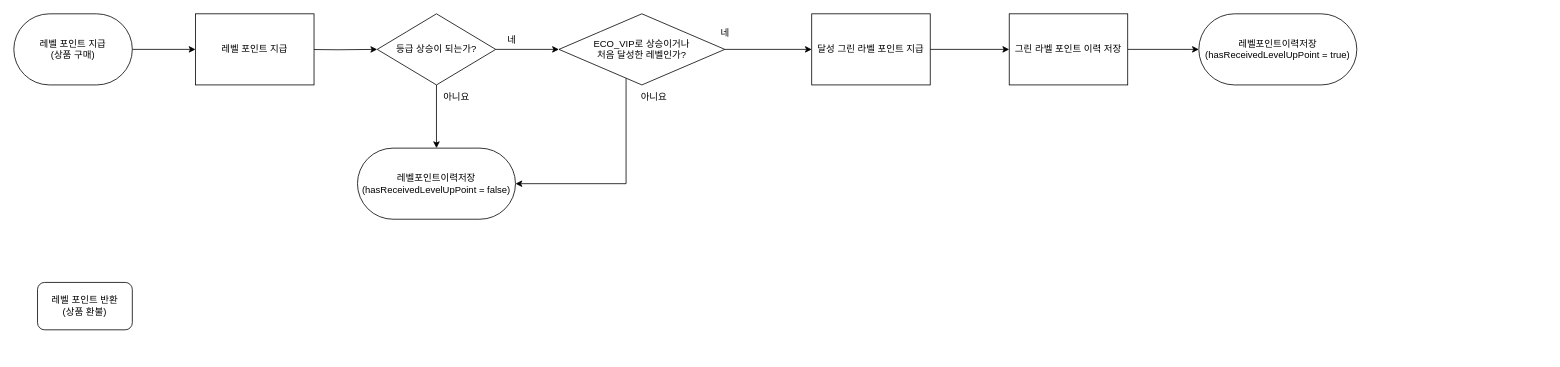
Earlier version of the draw.io diagram 레벨포인트-지급반환.drawio (chea-young/UML). Source tidied: cells renumbered, new cells numbered last; positions are measured from the earlier drawing's top-left corner, leaving out a move shared by most shapes. Both pictures are drawn from the tidied source at 79%, with x=0, y=0 at pixel (13, 13).
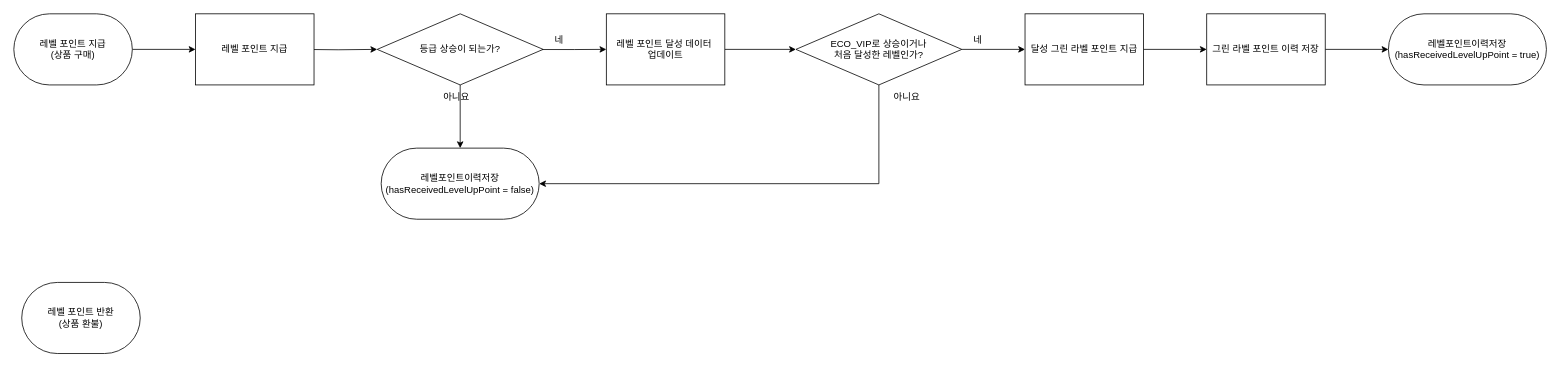
The same diagram, later.

Commit message:
레벨포인트-지급반환.drawio 업데이트

The edit, as a diff of the source:
```diff
@@
-    <mxCell id="4" value="레벨 포인트 반환&lt;br&gt;(상품 환불)" style="rounded=1;whiteSpace=wrap;html=1;fontFamily=Helvetica;" parent="1" vertex="1">
-      <mxGeometry x="30" y="340" width="120" height="60" as="geometry" />
+    <mxCell id="4" value="레벨 포인트 반환&lt;br&gt;(상품 환불)" style="rounded=1;whiteSpace=wrap;html=1;fontFamily=Helvetica;arcSize=50;" parent="1" vertex="1">
+      <mxGeometry x="10" y="340" width="150" height="90" as="geometry" />
     </mxCell>
@@
-    <mxCell id="7" style="edgeStyle=orthogonalEdgeStyle;rounded=0;jettySize=auto;html=1;fontFamily=Helvetica;" parent="1" edge="1" source="8" target="14">
-      <mxGeometry relative="1" as="geometry" />
-    </mxCell>
+    <mxCell id="23" style="edgeStyle=orthogonalEdgeStyle;rounded=0;jettySize=auto;html=1;exitX=0.983;exitY=0.502;exitDx=0;exitDy=0;exitPerimeter=0;" parent="1" edge="1" source="8" target="25">
+      <mxGeometry relative="1" as="geometry" />
+    </mxCell>
     <mxCell id="8" value="등급 상승이 되는가?" style="rhombus;whiteSpace=wrap;html=1;rounded=1;arcSize=0;strokeColor=default;align=center;verticalAlign=middle;fontFamily=Helvetica;fontSize=12;fontColor=default;fillColor=default;" parent="1" vertex="1">
-      <mxGeometry x="460" width="150" height="90" as="geometry" />
+      <mxGeometry x="460" width="210" height="90" as="geometry" />
     </mxCell>
     <mxCell id="9" value="네" style="text;html=1;align=center;verticalAlign=middle;strokeColor=none;fillColor=none;fontFamily=Helvetica;" parent="1" vertex="1">
-      <mxGeometry x="610" y="18" width="40" height="30" as="geometry" />
+      <mxGeometry x="670" y="18" width="40" height="30" as="geometry" />
     </mxCell>
@@
     <mxCell id="11" value="레벨포인트이력저장&lt;div&gt;(hasReceivedLevelUpPoint = false)&lt;/div&gt;" style="rounded=1;whiteSpace=wrap;html=1;arcSize=50;fontFamily=Helvetica;" parent="1" vertex="1">
-      <mxGeometry x="435" y="170" width="200" height="90" as="geometry" />
+      <mxGeometry x="465" y="170" width="200" height="90" as="geometry" />
     </mxCell>
-    <mxCell id="12" style="edgeStyle=orthogonalEdgeStyle;rounded=0;jettySize=auto;html=1;entryX=1;entryY=0.5;entryDx=0;entryDy=0;fontFamily=Helvetica;" parent="1" edge="1" source="14" target="11">
+    <mxCell id="12" style="edgeStyle=orthogonalEdgeStyle;rounded=0;jettySize=auto;html=1;entryX=1;entryY=0.5;entryDx=0;entryDy=0;fontFamily=Helvetica;exitX=0.5;exitY=1;exitDx=0;exitDy=0;" parent="1" edge="1" source="14" target="11">
       <mxGeometry relative="1" as="geometry">
         <Array as="points">
-          <mxPoint x="775" y="215" />
+          <mxPoint x="1095" y="215" />
         </Array>
       </mxGeometry>
     </mxCell>
@@
     <mxCell id="14" value="ECO_VIP로 상승이거나&lt;div&gt;처음 달성한 레벨인가?&lt;/div&gt;" style="rhombus;whiteSpace=wrap;html=1;rounded=1;arcSize=0;fontFamily=Helvetica;" parent="1" vertex="1">
-      <mxGeometry x="690" width="210" height="90" as="geometry" />
+      <mxGeometry x="990" width="210" height="90" as="geometry" />
     </mxCell>
@@
     <mxCell id="16" value="아니요" style="text;html=1;align=center;verticalAlign=middle;strokeColor=none;fillColor=none;fontFamily=Helvetica;" parent="1" vertex="1">
-      <mxGeometry x="780" y="90" width="60" height="30" as="geometry" />
+      <mxGeometry x="1100" y="90" width="60" height="30" as="geometry" />
     </mxCell>
@@
     <mxCell id="18" value="달성 그린 라벨 포인트 지급" style="whiteSpace=wrap;html=1;rounded=1;arcSize=0;fontFamily=Helvetica;" parent="1" vertex="1">
-      <mxGeometry x="1010" width="150" height="90" as="geometry" />
+      <mxGeometry x="1280" width="150" height="90" as="geometry" />
     </mxCell>
@@
     <mxCell id="20" value="그린 라벨 포인트 이력 저장" style="whiteSpace=wrap;html=1;rounded=1;arcSize=0;fontFamily=Helvetica;" parent="1" vertex="1">
-      <mxGeometry x="1260" width="150" height="90" as="geometry" />
+      <mxGeometry x="1510" width="150" height="90" as="geometry" />
     </mxCell>
     <mxCell id="21" value="레벨포인트이력저장&lt;div&gt;(hasReceivedLevelUpPoint = true)&lt;/div&gt;" style="whiteSpace=wrap;html=1;rounded=1;arcSize=50;fontFamily=Helvetica;" parent="1" vertex="1">
-      <mxGeometry x="1500" width="200" height="90" as="geometry" />
+      <mxGeometry x="1740" width="200" height="90" as="geometry" />
     </mxCell>
     <mxCell id="22" value="네" style="text;html=1;align=center;verticalAlign=middle;strokeColor=none;fillColor=none;fontFamily=Helvetica;" parent="1" vertex="1">
-      <mxGeometry x="880" y="10" width="40" height="30" as="geometry" />
+      <mxGeometry x="1200" y="18" width="40" height="30" as="geometry" />
     </mxCell>
+    <mxCell id="24" style="edgeStyle=orthogonalEdgeStyle;rounded=0;jettySize=auto;html=1;" parent="1" edge="1" source="25" target="14">
+      <mxGeometry relative="1" as="geometry" />
+    </mxCell>
+    <mxCell id="25" value="레벨 포인트 달성 데이터&amp;nbsp;&lt;div&gt;업데이트&lt;/div&gt;" style="whiteSpace=wrap;html=1;rounded=1;arcSize=0;" parent="1" vertex="1">
+      <mxGeometry x="750" width="150" height="90" as="geometry" />
+    </mxCell>
```
